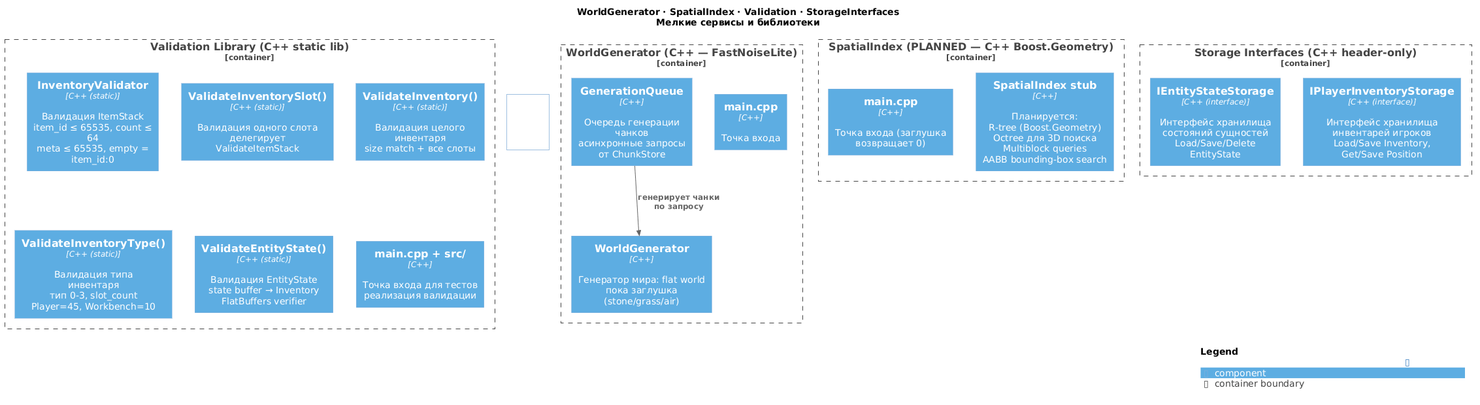
Above: doc/c4/GTNH-TinyServices-level3.png in lexasub/gtnh-platform (PlantUML), before the change. The source it was exported from:
```plantuml
@startuml GTNH-TinyServices-level3
!include _common.puml

LAYOUT_TOP_DOWN()
LAYOUT_WITH_LEGEND()

title **WorldGenerator · SpatialIndex · Validation · StorageInterfaces**\nМелкие сервисы и библиотеки

Container_Boundary(wg, "WorldGenerator (C++ — FastNoiseLite)") {
    Component(wg_gen, "WorldGenerator", "C++", "Генератор мира: flat world\nпока заглушка\n(stone/grass/air)")
    Component(wg_queue, "GenerationQueue", "C++", "Очередь генерации чанков\nасинхронные запросы\nот ChunkStore")
    Component(wg_main, "main.cpp", "C++", "Точка входа")

    Rel(wg_queue, wg_gen, "генерирует чанки\nпо запросу", "")
}

Container_Boundary(si, "SpatialIndex (PLANNED — C++ Boost.Geometry)") {
    Component(si_main, "main.cpp", "C++", "Точка входа (заглушка\nвозвращает 0)")
    Component(si_stub, "SpatialIndex stub", "C++", "Планируется:\nR-tree (Boost.Geometry)\nOctree для 3D поиска\nMultiblock queries\nAABB bounding-box search")
}

Container_Boundary(val, "Validation Library (C++ static lib)") {
    Component(val_inv, "InventoryValidator", "C++ (static)", "Валидация ItemStack\nitem_id ≤ 65535, count ≤ 64\nmeta ≤ 65535, empty = item_id:0")
    Component(val_inv_slot, "ValidateInventorySlot()", "C++ (static)", "Валидация одного слота\nделегирует ValidateItemStack")
    Component(val_inv_full, "ValidateInventory()", "C++ (static)", "Валидация целого инвентаря\nsize match + все слоты")
    Component(val_inv_type, "ValidateInventoryType()", "C++ (static)", "Валидация типа инвентаря\nтип 0-3, slot_count\nPlayer=45, Workbench=10")
    Component(val_entity, "ValidateEntityState()", "C++ (static)", "Валидация EntityState\nstate buffer → Inventory\nFlatBuffers verifier")
    Component(val_main, "main.cpp + src/", "C++", "Точка входа для тестов\nреализация валидации")
}

Container_Boundary(si2, "Storage Interfaces (C++ header-only)") {
    Component(si_entity, "IEntityStateStorage", "C++ (interface)", "Интерфейс хранилища\nсостояний сущностей\nLoad/Save/Delete EntityState")
    Component(si_player, "IPlayerInventoryStorage", "C++ (interface)", "Интерфейс хранилища\nинвентарей игроков\nLoad/Save Inventory, Get/Save Position")
}

SHOW_LEGEND()
@enduml
```
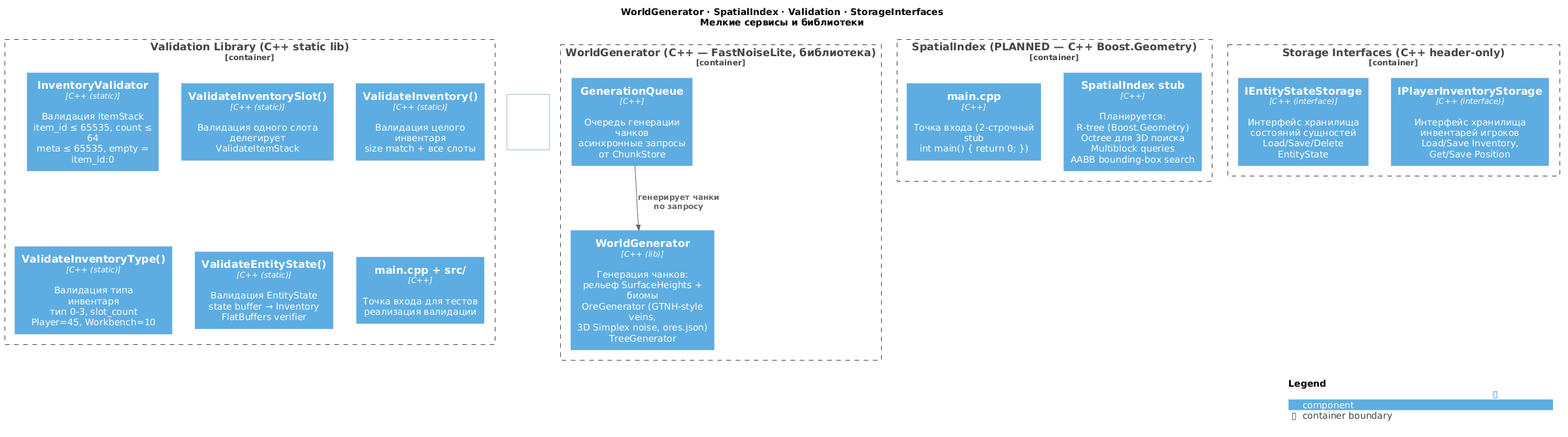
The same diagram one commit later.

Diff of the diagram source:
```diff
@@ -6,16 +6,15 @@
 
 title **WorldGenerator · SpatialIndex · Validation · StorageInterfaces**\nМелкие сервисы и библиотеки
 
-Container_Boundary(wg, "WorldGenerator (C++ — FastNoiseLite)") {
-    Component(wg_gen, "WorldGenerator", "C++", "Генератор мира: flat world\nпока заглушка\n(stone/grass/air)")
+Container_Boundary(wg, "WorldGenerator (C++ — FastNoiseLite, библиотека)") {
+    Component(wg_gen, "WorldGenerator", "C++ (lib)", "Генерация чанков:\nрельеф SurfaceHeights + биомы\nOreGenerator (GTNH-style veins,\n3D Simplex noise, ores.json)\nTreeGenerator")
     Component(wg_queue, "GenerationQueue", "C++", "Очередь генерации чанков\nасинхронные запросы\nот ChunkStore")
-    Component(wg_main, "main.cpp", "C++", "Точка входа")
 
     Rel(wg_queue, wg_gen, "генерирует чанки\nпо запросу", "")
 }
 
 Container_Boundary(si, "SpatialIndex (PLANNED — C++ Boost.Geometry)") {
-    Component(si_main, "main.cpp", "C++", "Точка входа (заглушка\nвозвращает 0)")
+    Component(si_main, "main.cpp", "C++", "Точка входа (2-строчный stub\nint main() { return 0; })")
     Component(si_stub, "SpatialIndex stub", "C++", "Планируется:\nR-tree (Boost.Geometry)\nOctree для 3D поиска\nMultiblock queries\nAABB bounding-box search")
 }
 
```
